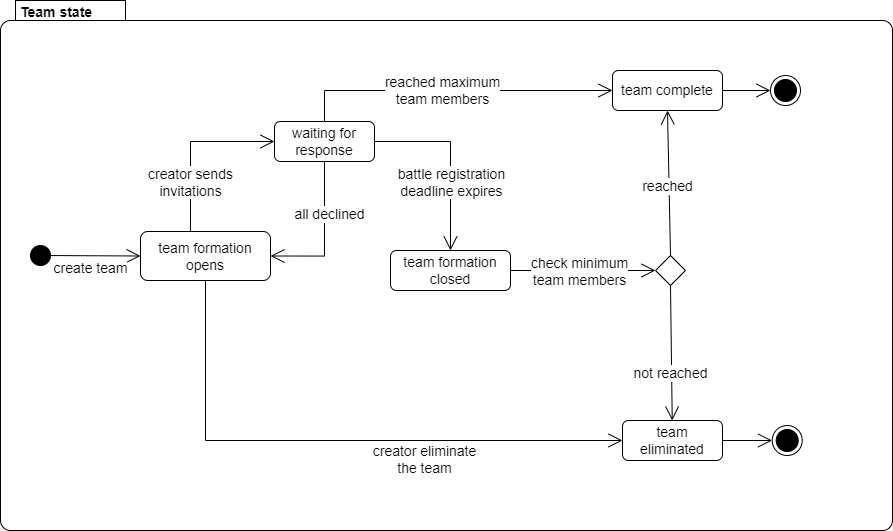
The draw.io diagram diagrams/state diagrams/team_state.png in mttcrn/software-engineering-II-project, before a commit. Source tidied: cells renumbered, new cells last; positions are measured from the earlier drawing's top-left corner, leaving out a move shared by most shapes. Its diagram source:
```xml
<mxGraphModel>
  <root>
    <mxCell id="0" />
    <mxCell id="1" parent="0" />
    <mxCell id="2" value="&lt;b style=&quot;font-size: 14px;&quot;&gt;&lt;font style=&quot;font-size: 14px;&quot;&gt;Team state&lt;/font&gt;&lt;/b&gt;" style="shape=mxgraph.sysml.compState;align=left;verticalAlign=top;spacingTop=-3;spacingLeft=18;strokeWidth=1;html=1;fontSize=14;" parent="1" vertex="1">
      <mxGeometry width="892" height="530" as="geometry" />
    </mxCell>
    <mxCell id="3" style="shape=ellipse;html=1;fillColor=strokeColor;verticalLabelPosition=bottom;labelBackgroundColor=#ffffff;verticalAlign=top;fontSize=14;" parent="2" vertex="1">
      <mxGeometry x="30" y="245" width="20" height="20" as="geometry" />
    </mxCell>
    <mxCell id="4" value="waiting for response" style="strokeColor=inherit;fillColor=inherit;gradientColor=inherit;shape=rect;html=1;rounded=1;whiteSpace=wrap;align=center;fontSize=14;" parent="2" vertex="1">
      <mxGeometry x="274" y="121" width="100" height="40" as="geometry" />
    </mxCell>
    <mxCell id="5" style="strokeColor=inherit;fillColor=inherit;gradientColor=inherit;edgeStyle=none;html=1;endArrow=open;endSize=12;rounded=0;entryX=0;entryY=0.5;entryDx=0;entryDy=0;fontSize=14;" parent="2" edge="1" source="3" target="17">
      <mxGeometry relative="1" as="geometry" />
    </mxCell>
    <mxCell id="6" value="create team" style="edgeLabel;html=1;align=center;verticalAlign=middle;fontSize=14;" parent="5" vertex="1">
      <mxGeometry x="0.2" y="-1" relative="1" as="geometry">
        <mxPoint x="-15" y="11" as="offset" />
      </mxGeometry>
    </mxCell>
    <mxCell id="7" value="&lt;font style=&quot;font-size: 14px;&quot;&gt;team complete&lt;/font&gt;" style="strokeColor=inherit;fillColor=inherit;gradientColor=inherit;shape=rect;html=1;rounded=1;whiteSpace=wrap;align=center;fontSize=14;" parent="2" vertex="1">
      <mxGeometry x="612" y="70" width="110" height="40" as="geometry" />
    </mxCell>
    <mxCell id="8" style="ellipse;html=1;shape=endState;fillColor=strokeColor;fontSize=14;" parent="2" vertex="1">
      <mxGeometry x="770" y="75" width="30" height="30" as="geometry" />
    </mxCell>
    <mxCell id="9" style="html=1;elbow=vertical;align=left;endArrow=open;rounded=0;labelBackgroundColor=none;verticalAlign=bottom;endSize=12;entryX=0.5;entryY=0;entryDx=0;entryDy=0;exitX=1;exitY=0.5;exitDx=0;exitDy=0;edgeStyle=orthogonalEdgeStyle;fontSize=14;" parent="2" edge="1" source="4" target="14">
      <mxGeometry relative="1" as="geometry" />
    </mxCell>
    <mxCell id="10" value="battle registration &lt;br style=&quot;font-size: 14px;&quot;&gt;deadline expires" style="edgeLabel;html=1;align=center;verticalAlign=middle;fontSize=14;" parent="9" vertex="1">
      <mxGeometry x="0.12" relative="1" as="geometry">
        <mxPoint y="13" as="offset" />
      </mxGeometry>
    </mxCell>
    <mxCell id="11" style="strokeColor=inherit;fillColor=inherit;gradientColor=inherit;edgeStyle=none;html=1;endArrow=open;endSize=12;rounded=0;exitX=1;exitY=0.5;exitDx=0;exitDy=0;entryX=0;entryY=0.5;entryDx=0;entryDy=0;fontSize=14;" parent="2" edge="1" source="7" target="8">
      <mxGeometry relative="1" as="geometry" />
    </mxCell>
    <mxCell id="12" style="html=1;elbow=vertical;align=right;endArrow=open;rounded=0;labelBackgroundColor=none;endSize=12;edgeStyle=orthogonalEdgeStyle;exitX=0.5;exitY=1;exitDx=0;exitDy=0;entryX=0;entryY=0.5;entryDx=0;entryDy=0;fontSize=14;" parent="2" edge="1" source="17" target="27">
      <mxGeometry relative="1" as="geometry" />
    </mxCell>
    <mxCell id="13" value="creator eliminate &lt;br style=&quot;font-size: 14px;&quot;&gt;the team" style="edgeLabel;html=1;align=center;verticalAlign=middle;fontSize=14;" parent="12" vertex="1">
      <mxGeometry x="0.46" y="-1" relative="1" as="geometry">
        <mxPoint x="-42" y="17" as="offset" />
      </mxGeometry>
    </mxCell>
    <mxCell id="14" value="team formation closed" style="strokeColor=inherit;fillColor=inherit;gradientColor=inherit;shape=rect;html=1;rounded=1;whiteSpace=wrap;align=center;fontSize=14;" parent="2" vertex="1">
      <mxGeometry x="390" y="250" width="120" height="40" as="geometry" />
    </mxCell>
    <mxCell id="15" style="edgeStyle=elbowEdgeStyle;html=1;elbow=horizontal;align=right;verticalAlign=bottom;rounded=0;labelBackgroundColor=none;endArrow=open;endSize=12;exitX=0.5;exitY=0;exitDx=0;exitDy=0;entryX=0;entryY=0.5;entryDx=0;entryDy=0;fontSize=14;" parent="2" edge="1" source="17" target="4">
      <mxGeometry relative="1" as="geometry">
        <Array as="points">
          <mxPoint x="190" y="190" />
        </Array>
      </mxGeometry>
    </mxCell>
    <mxCell id="16" value="creator sends&lt;br style=&quot;font-size: 14px;&quot;&gt;invitations" style="edgeLabel;html=1;align=center;verticalAlign=middle;fontSize=14;" parent="15" vertex="1">
      <mxGeometry x="0.66" relative="1" as="geometry">
        <mxPoint x="-53" y="40" as="offset" />
      </mxGeometry>
    </mxCell>
    <mxCell id="17" value="team formation opens" style="strokeColor=inherit;fillColor=inherit;gradientColor=inherit;shape=rect;html=1;rounded=1;whiteSpace=wrap;align=center;fontSize=14;" parent="2" vertex="1">
      <mxGeometry x="140" y="231" width="130" height="49" as="geometry" />
    </mxCell>
    <mxCell id="18" style="html=1;elbow=vertical;align=left;endArrow=open;rounded=0;labelBackgroundColor=none;verticalAlign=bottom;endSize=12;exitX=0.5;exitY=0;exitDx=0;exitDy=0;fontSize=14;" parent="2" edge="1" source="4" target="7">
      <mxGeometry relative="1" as="geometry">
        <Array as="points">
          <mxPoint x="324" y="90" />
        </Array>
      </mxGeometry>
    </mxCell>
    <mxCell id="19" value="&lt;font style=&quot;font-size: 14px;&quot;&gt;reached maximum&lt;br style=&quot;font-size: 14px;&quot;&gt;team members&lt;/font&gt;" style="edgeLabel;html=1;align=center;verticalAlign=middle;fontSize=14;" parent="18" vertex="1">
      <mxGeometry x="-0.07" y="1" relative="1" as="geometry" />
    </mxCell>
    <mxCell id="20" style="shape=rhombus;html=1;labelPosition=right;align=left;verticalAlign=middle;fontSize=14;" parent="2" vertex="1">
      <mxGeometry x="655" y="255" width="30" height="30" as="geometry" />
    </mxCell>
    <mxCell id="21" style="html=1;elbow=vertical;align=left;endArrow=open;rounded=0;labelBackgroundColor=none;verticalAlign=bottom;endSize=12;entryX=0;entryY=0.5;entryDx=0;entryDy=0;exitX=1;exitY=0.5;exitDx=0;exitDy=0;fontSize=14;" parent="2" edge="1" source="14" target="20">
      <mxGeometry relative="1" as="geometry" />
    </mxCell>
    <mxCell id="22" value="check minimum &lt;br style=&quot;font-size: 14px;&quot;&gt;team members" style="edgeLabel;html=1;align=center;verticalAlign=middle;fontSize=14;" parent="21" vertex="1">
      <mxGeometry x="0.12" relative="1" as="geometry">
        <mxPoint x="-13" as="offset" />
      </mxGeometry>
    </mxCell>
    <mxCell id="23" style="html=1;elbow=vertical;align=left;endArrow=open;rounded=0;labelBackgroundColor=none;verticalAlign=bottom;endSize=12;entryX=0.5;entryY=1;entryDx=0;entryDy=0;exitX=0.5;exitY=0;exitDx=0;exitDy=0;fontSize=14;" parent="2" edge="1" source="20" target="7">
      <mxGeometry relative="1" as="geometry" />
    </mxCell>
    <mxCell id="24" value="&lt;font style=&quot;font-size: 14px;&quot;&gt;reached&lt;/font&gt;" style="edgeLabel;html=1;align=center;verticalAlign=middle;fontSize=14;" parent="23" vertex="1">
      <mxGeometry x="0.12" relative="1" as="geometry">
        <mxPoint x="-2" y="12" as="offset" />
      </mxGeometry>
    </mxCell>
    <mxCell id="25" style="html=1;elbow=vertical;align=left;endArrow=open;rounded=0;labelBackgroundColor=none;verticalAlign=bottom;endSize=12;exitX=0.5;exitY=1;exitDx=0;exitDy=0;fontSize=14;" parent="2" edge="1" source="20" target="27">
      <mxGeometry relative="1" as="geometry" />
    </mxCell>
    <mxCell id="26" value="not reached" style="edgeLabel;html=1;align=center;verticalAlign=middle;fontSize=14;" parent="25" vertex="1">
      <mxGeometry x="0.12" relative="1" as="geometry">
        <mxPoint x="-2" y="12" as="offset" />
      </mxGeometry>
    </mxCell>
    <mxCell id="27" value="team eliminated" style="strokeColor=inherit;fillColor=inherit;gradientColor=inherit;shape=rect;html=1;rounded=1;whiteSpace=wrap;align=center;fontSize=14;" parent="2" vertex="1">
      <mxGeometry x="622" y="420" width="100" height="40" as="geometry" />
    </mxCell>
    <mxCell id="28" style="ellipse;html=1;shape=endState;fillColor=strokeColor;fontSize=14;" parent="2" vertex="1">
      <mxGeometry x="771.7" y="425" width="30" height="30" as="geometry" />
    </mxCell>
    <mxCell id="29" style="strokeColor=inherit;fillColor=inherit;gradientColor=inherit;edgeStyle=none;html=1;endArrow=open;endSize=12;rounded=0;exitX=1;exitY=0.5;exitDx=0;exitDy=0;entryX=0;entryY=0.5;entryDx=0;entryDy=0;fontSize=14;" parent="2" edge="1" source="27" target="28">
      <mxGeometry relative="1" as="geometry" />
    </mxCell>
    <mxCell id="30" style="html=1;elbow=vertical;align=left;endArrow=open;rounded=0;labelBackgroundColor=none;verticalAlign=bottom;endSize=12;entryX=1;entryY=0.5;entryDx=0;entryDy=0;exitX=0.5;exitY=1;exitDx=0;exitDy=0;edgeStyle=orthogonalEdgeStyle;fontSize=14;" parent="2" edge="1" source="4" target="17">
      <mxGeometry relative="1" as="geometry" />
    </mxCell>
    <mxCell id="31" value="all declined" style="edgeLabel;html=1;align=center;verticalAlign=middle;fontSize=14;" parent="30" vertex="1">
      <mxGeometry x="0.12" relative="1" as="geometry">
        <mxPoint x="4" y="-31" as="offset" />
      </mxGeometry>
    </mxCell>
  </root>
</mxGraphModel>
```
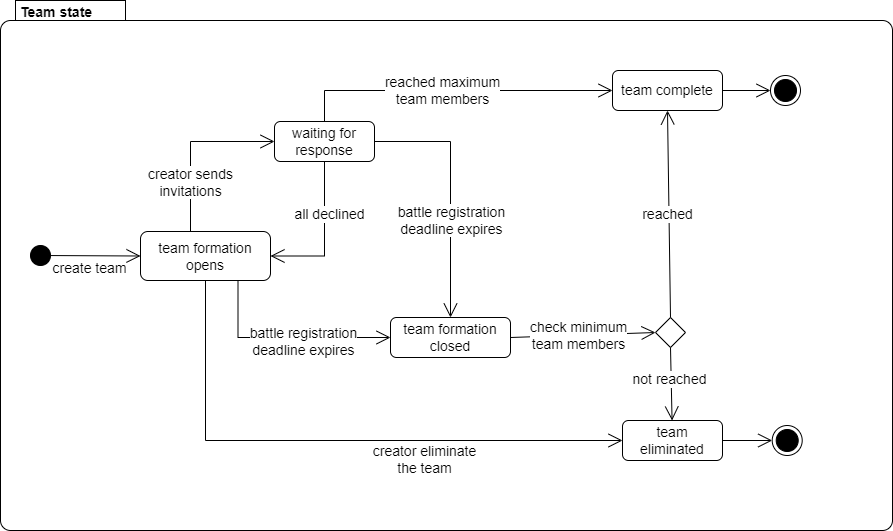
The same file after the commit.

Commit message:
Finished state diagrams.

Diff of the diagram source:
```diff
@@ -25,7 +25,7 @@
     <mxCell id="8" style="ellipse;html=1;shape=endState;fillColor=strokeColor;fontSize=14;" parent="2" vertex="1">
       <mxGeometry x="770" y="75" width="30" height="30" as="geometry" />
     </mxCell>
-    <mxCell id="9" style="html=1;elbow=vertical;align=left;endArrow=open;rounded=0;labelBackgroundColor=none;verticalAlign=bottom;endSize=12;entryX=0.5;entryY=0;entryDx=0;entryDy=0;exitX=1;exitY=0.5;exitDx=0;exitDy=0;edgeStyle=orthogonalEdgeStyle;fontSize=14;" parent="2" edge="1" source="4" target="14">
+    <mxCell id="9" style="html=1;elbow=vertical;align=left;endArrow=open;rounded=0;labelBackgroundColor=none;verticalAlign=bottom;endSize=12;entryX=0.5;entryY=0;entryDx=0;entryDy=0;exitX=1;exitY=0.5;exitDx=0;exitDy=0;fontSize=14;edgeStyle=orthogonalEdgeStyle;" parent="2" edge="1" source="4" target="14">
       <mxGeometry relative="1" as="geometry" />
     </mxCell>
     <mxCell id="10" value="battle registration &lt;br style=&quot;font-size: 14px;&quot;&gt;deadline expires" style="edgeLabel;html=1;align=center;verticalAlign=middle;fontSize=14;" parent="9" vertex="1">
@@ -45,7 +45,7 @@
       </mxGeometry>
     </mxCell>
     <mxCell id="14" value="team formation closed" style="strokeColor=inherit;fillColor=inherit;gradientColor=inherit;shape=rect;html=1;rounded=1;whiteSpace=wrap;align=center;fontSize=14;" parent="2" vertex="1">
-      <mxGeometry x="390" y="250" width="120" height="40" as="geometry" />
+      <mxGeometry x="390" y="317" width="120" height="40" as="geometry" />
     </mxCell>
     <mxCell id="15" style="edgeStyle=elbowEdgeStyle;html=1;elbow=horizontal;align=right;verticalAlign=bottom;rounded=0;labelBackgroundColor=none;endArrow=open;endSize=12;exitX=0.5;exitY=0;exitDx=0;exitDy=0;entryX=0;entryY=0.5;entryDx=0;entryDy=0;fontSize=14;" parent="2" edge="1" source="17" target="4">
       <mxGeometry relative="1" as="geometry">
@@ -73,7 +73,7 @@
       <mxGeometry x="-0.07" y="1" relative="1" as="geometry" />
     </mxCell>
     <mxCell id="20" style="shape=rhombus;html=1;labelPosition=right;align=left;verticalAlign=middle;fontSize=14;" parent="2" vertex="1">
-      <mxGeometry x="655" y="255" width="30" height="30" as="geometry" />
+      <mxGeometry x="655" y="317" width="30" height="30" as="geometry" />
     </mxCell>
     <mxCell id="21" style="html=1;elbow=vertical;align=left;endArrow=open;rounded=0;labelBackgroundColor=none;verticalAlign=bottom;endSize=12;entryX=0;entryY=0.5;entryDx=0;entryDy=0;exitX=1;exitY=0.5;exitDx=0;exitDy=0;fontSize=14;" parent="2" edge="1" source="14" target="20">
       <mxGeometry relative="1" as="geometry" />
@@ -96,7 +96,7 @@
     </mxCell>
     <mxCell id="26" value="not reached" style="edgeLabel;html=1;align=center;verticalAlign=middle;fontSize=14;" parent="25" vertex="1">
       <mxGeometry x="0.12" relative="1" as="geometry">
-        <mxPoint x="-2" y="12" as="offset" />
+        <mxPoint x="-2" y="-9" as="offset" />
       </mxGeometry>
     </mxCell>
     <mxCell id="27" value="team eliminated" style="strokeColor=inherit;fillColor=inherit;gradientColor=inherit;shape=rect;html=1;rounded=1;whiteSpace=wrap;align=center;fontSize=14;" parent="2" vertex="1">
@@ -116,5 +116,13 @@
         <mxPoint x="4" y="-31" as="offset" />
       </mxGeometry>
     </mxCell>
+    <mxCell id="32" style="html=1;elbow=vertical;align=right;endArrow=open;rounded=0;labelBackgroundColor=none;endSize=12;edgeStyle=orthogonalEdgeStyle;exitX=0.75;exitY=1;exitDx=0;exitDy=0;entryX=0;entryY=0.5;entryDx=0;entryDy=0;fontSize=14;" parent="2" edge="1" source="17" target="14">
+      <mxGeometry relative="1" as="geometry" />
+    </mxCell>
+    <mxCell id="33" value="&lt;font style=&quot;font-size: 14px;&quot;&gt;battle registration&lt;br style=&quot;border-color: var(--border-color);&quot;&gt;deadline expires&lt;/font&gt;" style="edgeLabel;html=1;align=center;verticalAlign=middle;" parent="32" vertex="1">
+      <mxGeometry x="-0.01" y="-3" relative="1" as="geometry">
+        <mxPoint x="18" as="offset" />
+      </mxGeometry>
+    </mxCell>
   </root>
 </mxGraphModel>
```
